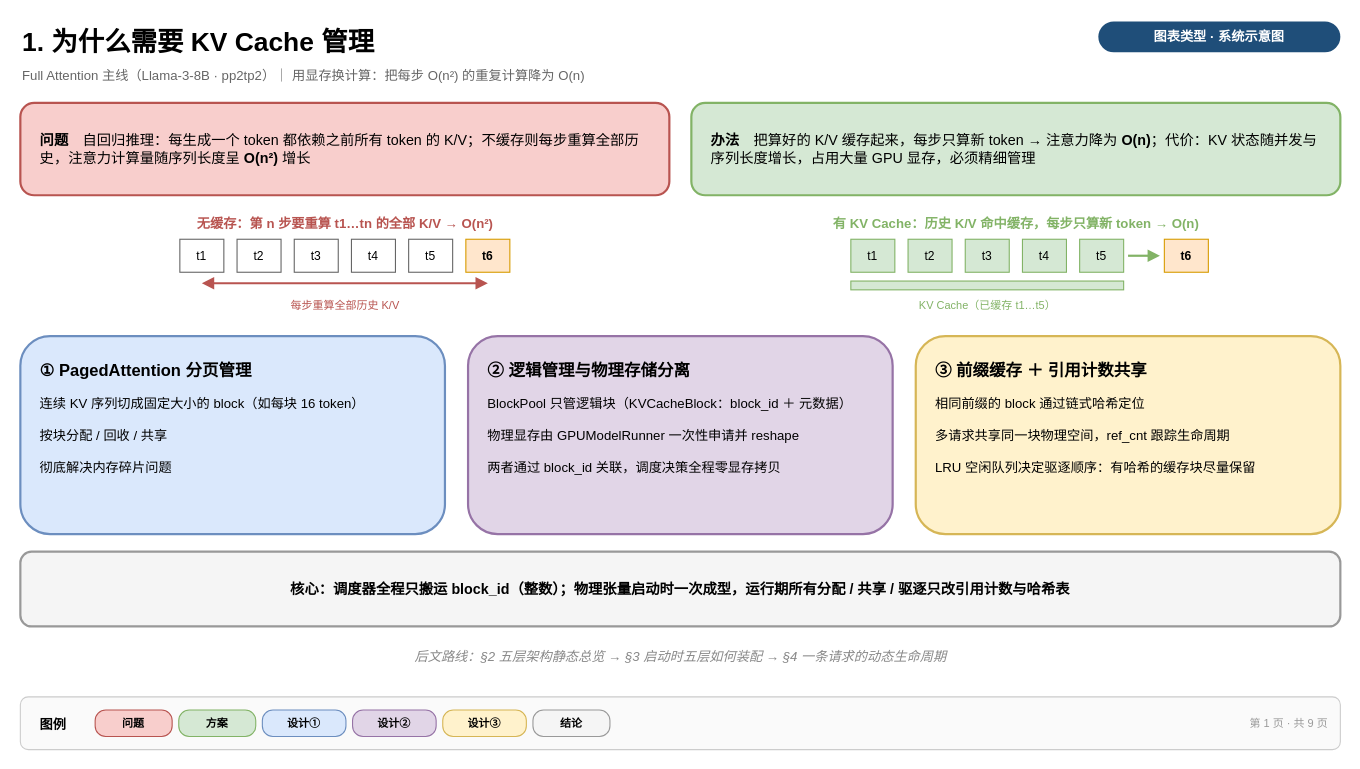
The draw.io diagram page "1-为什么需要" (1 of 4) of vllm/v1/core/kvcache_draw_ppt/kv_cache_five_layer_arch.drawio in GoCHug/vllm, before the edit. Source tidied: cells renumbered, new cells numbered last; positions are measured from the earlier drawing's top-left corner, leaving out a move shared by most shapes. Both pictures are drawn from the tidied source at 110%, with x=0, y=0 at pixel (20, 19).
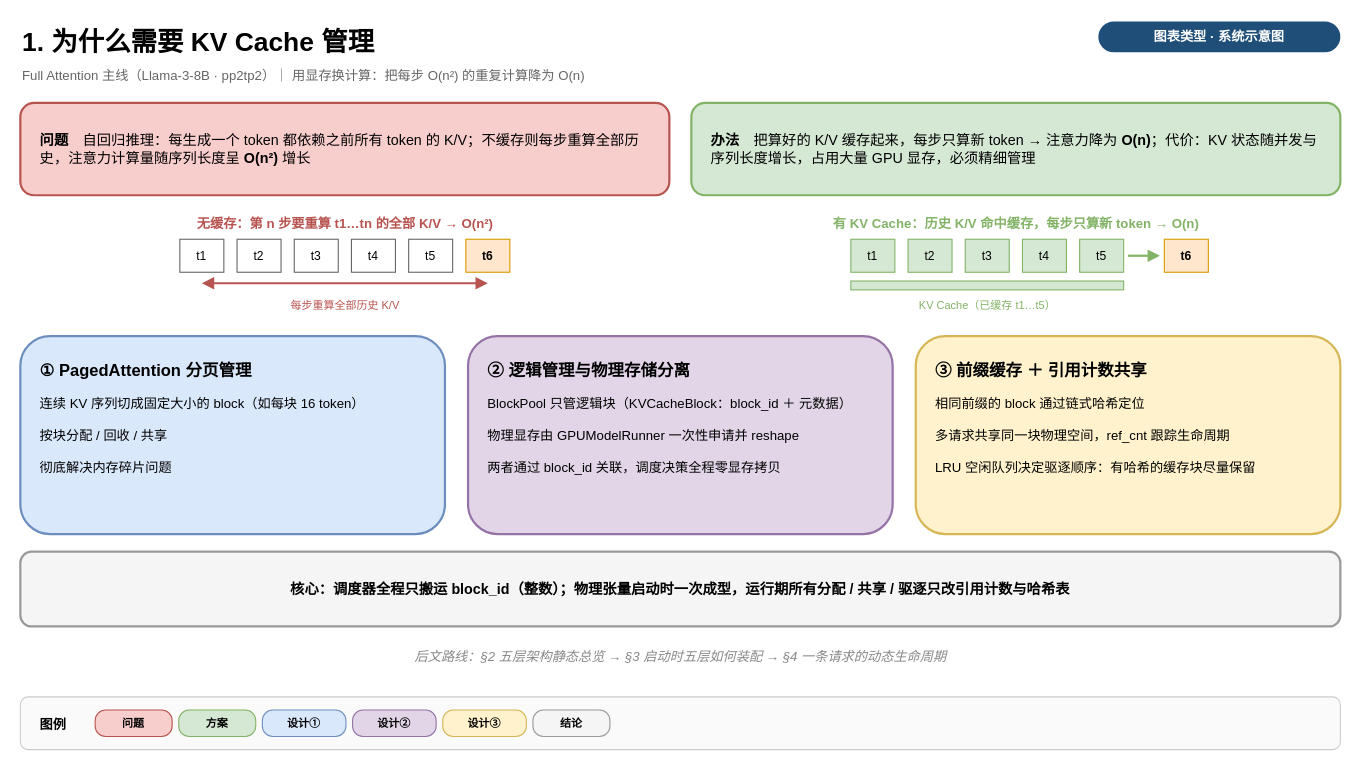
Above is the later version.

What changed in the source:
```diff
@@
-    <mxCell id="39" value="第 1 页 · 共 9 页" style="text;html=1;fontSize=10;align=right;fontColor=#999999;" parent="1" vertex="1">
-      <mxGeometry x="1040" y="628" width="150" height="24" as="geometry" />
-    </mxCell>
```
